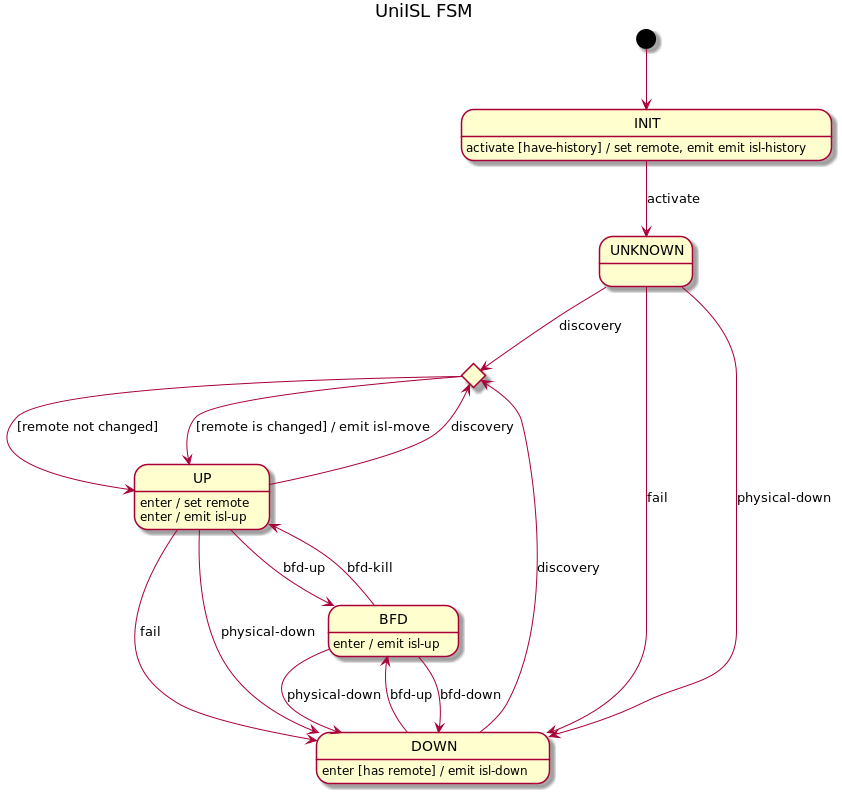
Above: docs/design/network-discovery/uni-isl-FSM.png in telstra/open-kilda (PlantUML), before the change.
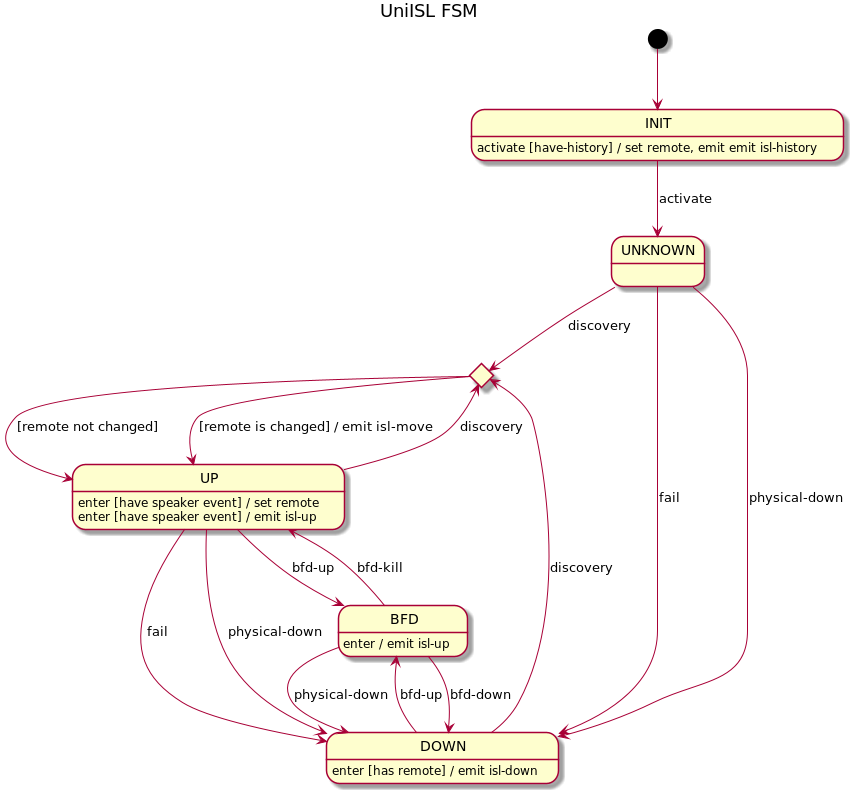
After the change.

Change to the diagram source:
```diff
@@ -16,8 +16,8 @@
 UP --> DOWN : fail
 UP --> DOWN : physical-down
 UP --> BFD : bfd-up
-UP : enter / set remote
-UP : enter / emit isl-up
+UP : enter [have speaker event] / set remote
+UP : enter [have speaker event] / emit isl-up
 
 moveChoice --> UP : [remote not changed]
 moveChoice --> UP : [remote is changed] / emit isl-move
```
